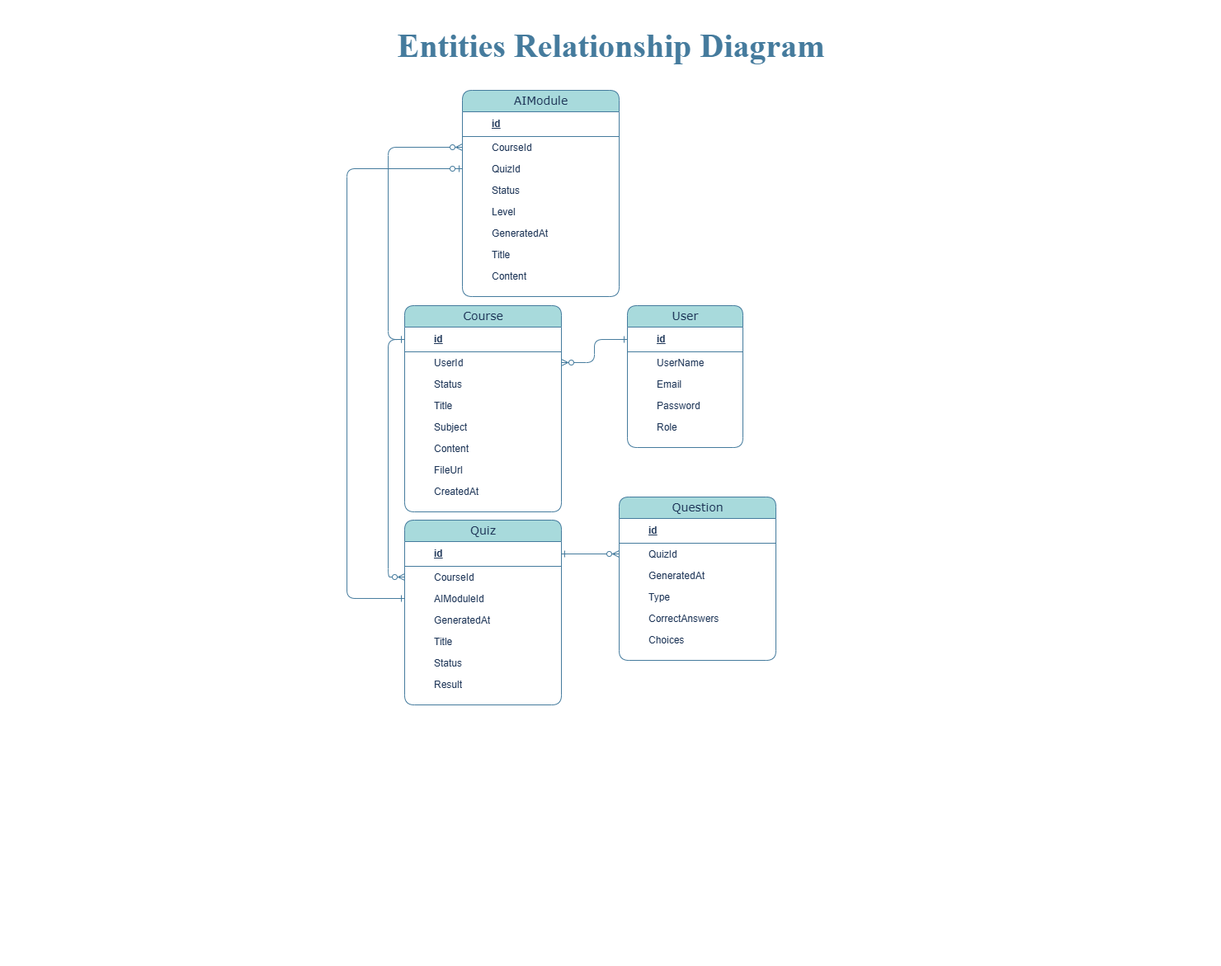
Before: Docs/EntitiesRelations.png, a diagram exported from draw.io (Victorien-Goudeau/Les-Kiffistes). Source tidied: cells renumbered, new cells last; positions are measured from the earlier drawing's top-left corner, leaving out a move shared by most shapes.
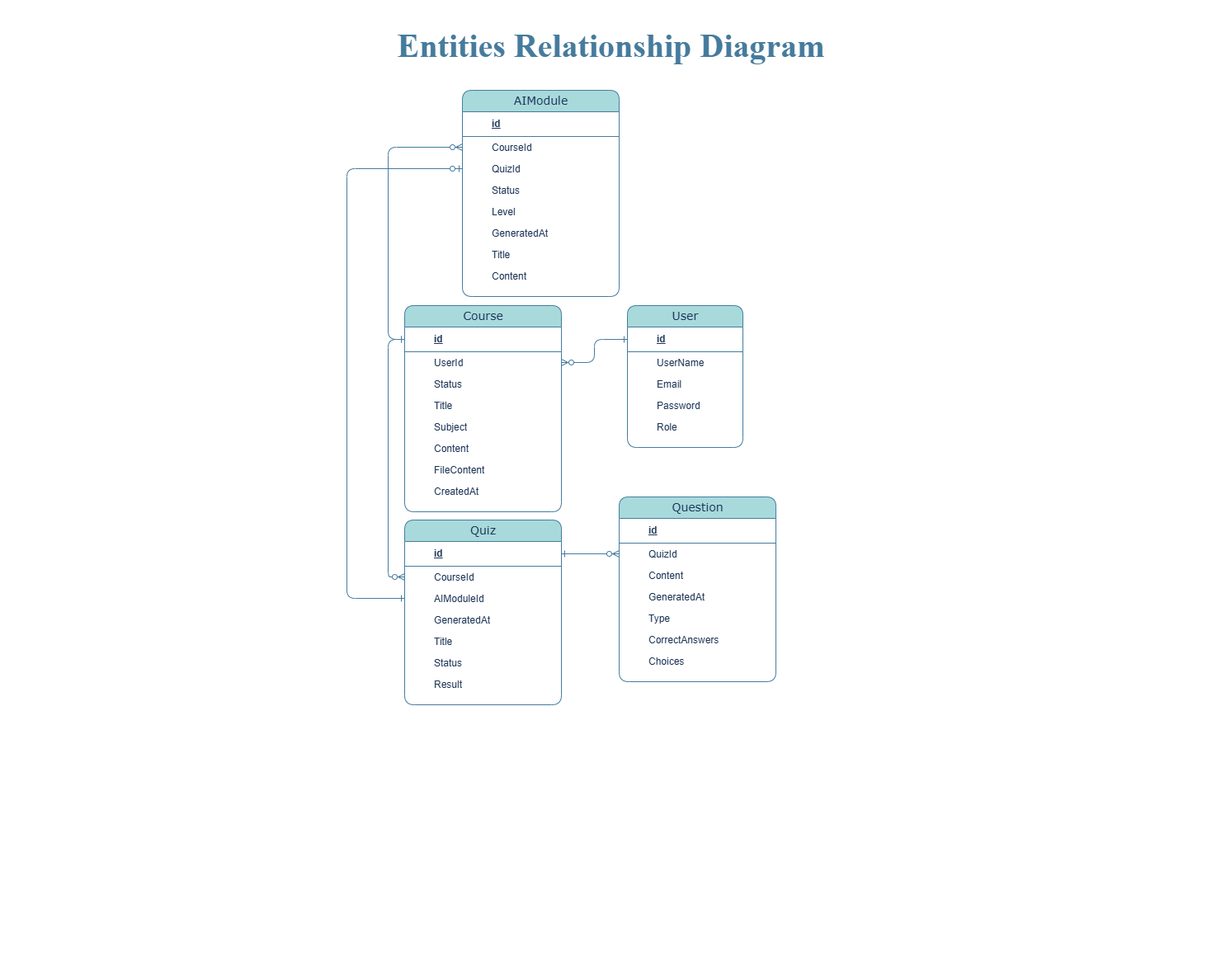
Later version of the same file.

Commit message:
Fix : Add content field to question

Diff of the diagram source:
```diff
@@ -26,15 +26,6 @@
     <mxCell id="9" style="shape=partialRectangle;top=0;left=0;right=0;bottom=0;html=1;align=left;verticalAlign=top;fillColor=none;spacingLeft=34;spacingRight=4;whiteSpace=wrap;overflow=hidden;rounded=1;labelBackgroundColor=none;strokeColor=#457B9D;fontColor=#1D3557;" parent="3" vertex="1">
       <mxGeometry y="160" width="140" height="12" as="geometry" />
     </mxCell>
-    <mxCell id="10" style="edgeStyle=orthogonalEdgeStyle;html=1;endArrow=ERone;startArrow=ERoneToMany;labelBackgroundColor=none;fontFamily=Verdana;fontSize=14;entryX=0;entryY=0.5;exitX=0;exitY=0.5;rounded=1;fontColor=default;exitDx=0;exitDy=0;entryDx=0;entryDy=0;startFill=0;endFill=0;strokeColor=#457B9D;" parent="1" edge="1" source="x">
-      <mxGeometry relative="1" as="geometry">
-        <mxPoint x="848" y="631" as="targetPoint" />
-        <Array as="points">
-          <mxPoint x="800" y="934" />
-          <mxPoint x="800" y="631" />
-        </Array>
-      </mxGeometry>
-    </mxCell>
     <mxCell id="11" style="edgeStyle=orthogonalEdgeStyle;html=1;endArrow=ERone;startArrow=ERzeroToMany;labelBackgroundColor=none;fontFamily=Verdana;fontSize=14;entryX=0;entryY=0.5;rounded=1;fontColor=default;entryDx=0;entryDy=0;startFill=0;endFill=0;strokeColor=#457B9D;exitX=1;exitY=0.5;exitDx=0;exitDy=0;" parent="1" edge="1" source="15" target="4">
       <mxGeometry relative="1" as="geometry" />
     </mxCell>
@@ -62,7 +53,7 @@
     <mxCell id="19" value="Content" style="shape=partialRectangle;top=0;left=0;right=0;bottom=0;html=1;align=left;verticalAlign=top;fillColor=none;spacingLeft=34;spacingRight=4;whiteSpace=wrap;overflow=hidden;rounded=1;labelBackgroundColor=none;strokeColor=#457B9D;fontColor=#1D3557;" parent="13" vertex="1">
       <mxGeometry y="160" width="190" height="26" as="geometry" />
     </mxCell>
-    <mxCell id="20" value="FileUrl" style="shape=partialRectangle;top=0;left=0;right=0;bottom=0;html=1;align=left;verticalAlign=top;fillColor=none;spacingLeft=34;spacingRight=4;whiteSpace=wrap;overflow=hidden;rounded=1;labelBackgroundColor=none;strokeColor=#457B9D;fontColor=#1D3557;" parent="13" vertex="1">
+    <mxCell id="20" value="FileContent" style="shape=partialRectangle;top=0;left=0;right=0;bottom=0;html=1;align=left;verticalAlign=top;fillColor=none;spacingLeft=34;spacingRight=4;whiteSpace=wrap;overflow=hidden;rounded=1;labelBackgroundColor=none;strokeColor=#457B9D;fontColor=#1D3557;" parent="13" vertex="1">
       <mxGeometry y="186" width="190" height="26" as="geometry" />
     </mxCell>
     <mxCell id="21" value="CreatedAt" style="shape=partialRectangle;top=0;left=0;right=0;bottom=0;html=1;align=left;verticalAlign=top;fillColor=none;spacingLeft=34;spacingRight=4;whiteSpace=wrap;overflow=hidden;rounded=1;labelBackgroundColor=none;strokeColor=#457B9D;fontColor=#1D3557;" parent="13" vertex="1">
@@ -137,7 +128,7 @@
       <mxGeometry y="212" width="190" height="12" as="geometry" />
     </mxCell>
     <mxCell id="43" value="Question" style="swimlane;html=1;fontStyle=0;horizontal=1;startSize=26;swimlaneFillColor=#ffffff;align=center;rounded=1;shadow=0;comic=0;labelBackgroundColor=none;strokeWidth=1;fontFamily=Verdana;fontSize=14;fillColor=#A8DADC;strokeColor=#457B9D;fontColor=#1D3557;" parent="1" vertex="1">
-      <mxGeometry x="750" y="602" width="190" height="198" as="geometry" />
+      <mxGeometry x="750" y="602" width="190" height="224" as="geometry" />
     </mxCell>
     <mxCell id="44" value="id" style="shape=partialRectangle;top=0;left=0;right=0;bottom=1;html=1;align=left;verticalAlign=middle;fillColor=none;spacingLeft=34;spacingRight=4;whiteSpace=wrap;overflow=hidden;fontStyle=5;rounded=1;labelBackgroundColor=none;strokeColor=#457B9D;fontColor=#1D3557;" parent="43" vertex="1">
       <mxGeometry y="26" width="190" height="30" as="geometry" />
@@ -145,20 +136,23 @@
     <mxCell id="45" value="QuizId" style="shape=partialRectangle;top=0;left=0;right=0;bottom=0;html=1;align=left;verticalAlign=top;fillColor=none;spacingLeft=34;spacingRight=4;whiteSpace=wrap;overflow=hidden;points=[[0,0.5],[1,0.5]];portConstraint=eastwest;rounded=1;labelBackgroundColor=none;strokeColor=#457B9D;fontColor=#1D3557;" parent="43" vertex="1">
       <mxGeometry y="56" width="190" height="26" as="geometry" />
     </mxCell>
-    <mxCell id="46" value="GeneratedAt" style="shape=partialRectangle;top=0;left=0;right=0;bottom=0;html=1;align=left;verticalAlign=top;fillColor=none;spacingLeft=34;spacingRight=4;whiteSpace=wrap;overflow=hidden;rounded=1;labelBackgroundColor=none;strokeColor=#457B9D;fontColor=#1D3557;" parent="43" vertex="1">
+    <mxCell id="46" value="Content" style="shape=partialRectangle;top=0;left=0;right=0;bottom=0;html=1;align=left;verticalAlign=top;fillColor=none;spacingLeft=34;spacingRight=4;whiteSpace=wrap;overflow=hidden;rounded=1;labelBackgroundColor=none;strokeColor=#457B9D;fontColor=#1D3557;" parent="43" vertex="1">
       <mxGeometry y="82" width="190" height="26" as="geometry" />
     </mxCell>
+    <mxCell id="54" value="GeneratedAt" style="shape=partialRectangle;top=0;left=0;right=0;bottom=0;html=1;align=left;verticalAlign=top;fillColor=none;spacingLeft=34;spacingRight=4;whiteSpace=wrap;overflow=hidden;rounded=1;labelBackgroundColor=none;strokeColor=#457B9D;fontColor=#1D3557;" parent="43" vertex="1">
+      <mxGeometry y="108" width="190" height="26" as="geometry" />
+    </mxCell>
     <mxCell id="47" value="Type" style="shape=partialRectangle;top=0;left=0;right=0;bottom=0;html=1;align=left;verticalAlign=top;fillColor=none;spacingLeft=34;spacingRight=4;whiteSpace=wrap;overflow=hidden;rounded=1;labelBackgroundColor=none;strokeColor=#457B9D;fontColor=#1D3557;" parent="43" vertex="1">
-      <mxGeometry y="108" width="190" height="26" as="geometry" />
+      <mxGeometry y="134" width="190" height="26" as="geometry" />
     </mxCell>
     <mxCell id="48" value="CorrectAnswers" style="shape=partialRectangle;top=0;left=0;right=0;bottom=0;html=1;align=left;verticalAlign=top;fillColor=none;spacingLeft=34;spacingRight=4;whiteSpace=wrap;overflow=hidden;rounded=1;labelBackgroundColor=none;strokeColor=#457B9D;fontColor=#1D3557;" parent="43" vertex="1">
-      <mxGeometry y="134" width="190" height="26" as="geometry" />
+      <mxGeometry y="160" width="190" height="26" as="geometry" />
     </mxCell>
     <mxCell id="49" value="Choices" style="shape=partialRectangle;top=0;left=0;right=0;bottom=0;html=1;align=left;verticalAlign=top;fillColor=none;spacingLeft=34;spacingRight=4;whiteSpace=wrap;overflow=hidden;rounded=1;labelBackgroundColor=none;strokeColor=#457B9D;fontColor=#1D3557;" parent="43" vertex="1">
-      <mxGeometry y="160" width="190" height="26" as="geometry" />
+      <mxGeometry y="186" width="190" height="26" as="geometry" />
     </mxCell>
     <mxCell id="50" style="shape=partialRectangle;top=0;left=0;right=0;bottom=0;html=1;align=left;verticalAlign=top;fillColor=none;spacingLeft=34;spacingRight=4;whiteSpace=wrap;overflow=hidden;rounded=1;labelBackgroundColor=none;strokeColor=#457B9D;fontColor=#1D3557;" parent="43" vertex="1">
-      <mxGeometry y="186" width="190" height="12" as="geometry" />
+      <mxGeometry y="212" width="190" height="12" as="geometry" />
     </mxCell>
     <mxCell id="51" style="edgeStyle=orthogonalEdgeStyle;html=1;endArrow=ERone;startArrow=ERzeroToMany;labelBackgroundColor=none;fontFamily=Verdana;fontSize=14;rounded=1;fontColor=default;startFill=0;endFill=0;strokeColor=#457B9D;exitX=0;exitY=0.5;exitDx=0;exitDy=0;entryX=1;entryY=0.5;entryDx=0;entryDy=0;" parent="1" edge="1" source="45" target="35">
       <mxGeometry relative="1" as="geometry" />
```
